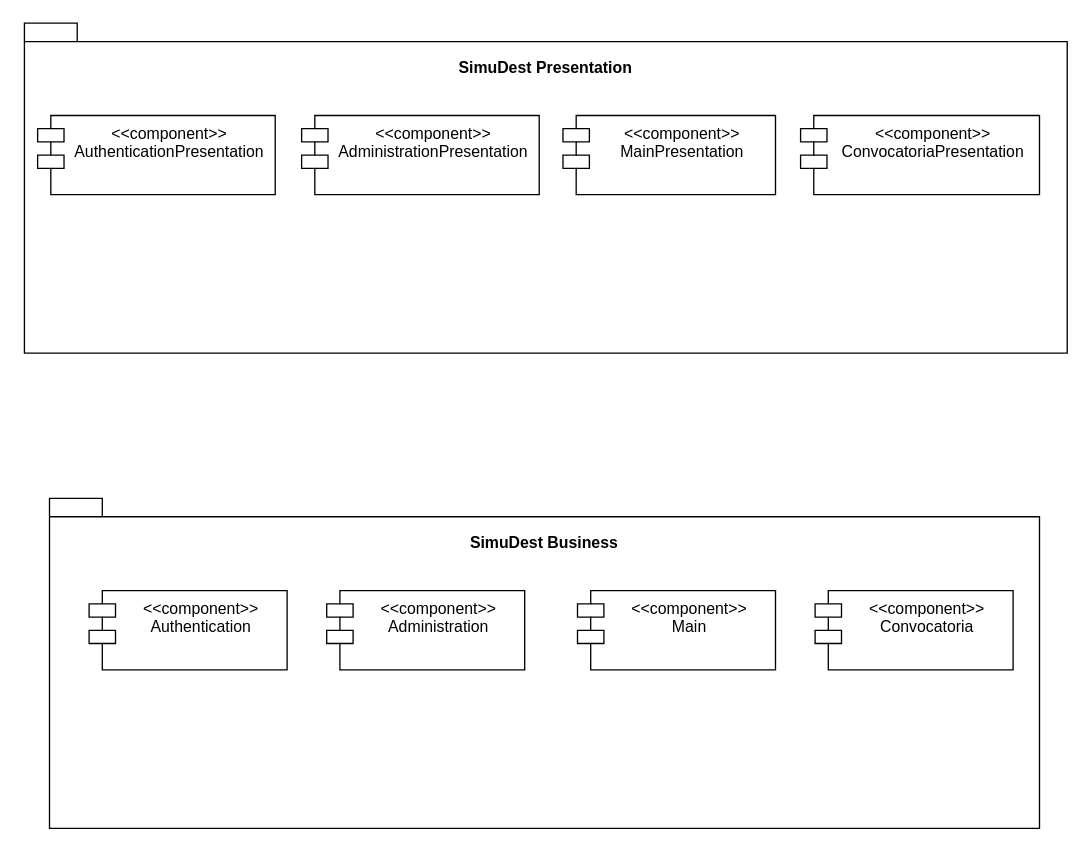
This is diagramas/arquitectura/DiagramaArquitectura.drawio from Castillo82/simuladordestinos, a draw.io file, before an edit. Source tidied: cells renumbered, new cells numbered last; positions are measured from the earlier drawing's top-left corner, leaving out a move shared by most shapes. Both pictures are drawn from the tidied source at 132%, with x=0, y=0 at pixel (24, 22).
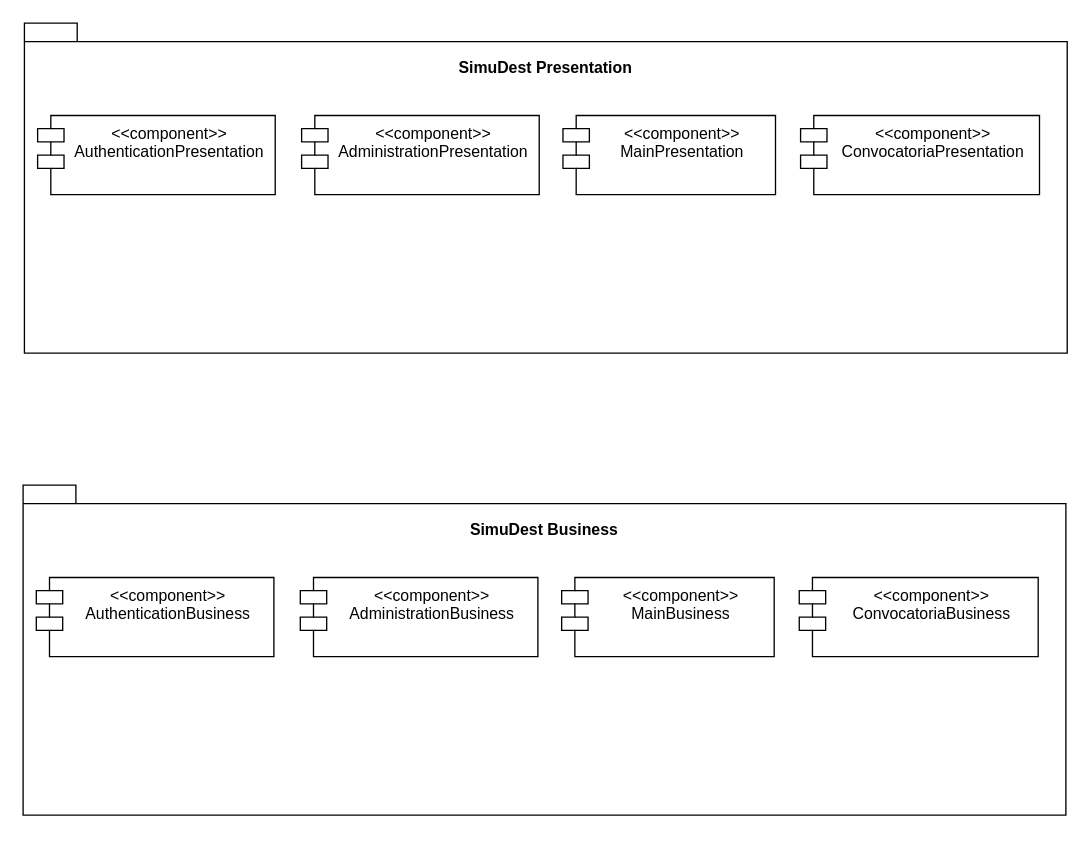
The same page after the edit.

Change to the diagram source:
```diff
@@
 <mxGraphModel>
   <root>
     <mxCell id="0" />
     <mxCell id="1" parent="0" />
     <mxCell id="2" value="&lt;div&gt;&lt;br&gt;&lt;/div&gt;&lt;div&gt;&lt;br&gt;&lt;/div&gt;" style="shape=folder;fontStyle=1;spacingTop=10;tabWidth=40;tabHeight=14;tabPosition=left;html=1;" parent="1" vertex="1">
       <mxGeometry width="790" height="250" as="geometry" />
     </mxCell>
     <mxCell id="3" value="&lt;&lt;component&gt;&gt;&#10;AuthenticationPresentation&#10;" style="shape=module;align=left;spacingLeft=20;align=center;verticalAlign=top;" parent="1" vertex="1">
       <mxGeometry x="10" y="70" width="180" height="60" as="geometry" />
     </mxCell>
     <mxCell id="4" value="SimuDest Presentation" style="text;align=center;fontStyle=1;verticalAlign=middle;spacingLeft=3;spacingRight=3;strokeColor=none;" parent="1" vertex="1">
       <mxGeometry x="355" y="20" width="80" height="26" as="geometry" />
     </mxCell>
     <mxCell id="5" value="&lt;&lt;component&gt;&gt;&#10;AdministrationPresentation&#10;" style="shape=module;align=left;spacingLeft=20;align=center;verticalAlign=top;" parent="1" vertex="1">
       <mxGeometry x="210" y="70" width="180" height="60" as="geometry" />
     </mxCell>
     <mxCell id="6" value="&lt;&lt;component&gt;&gt;&#10;MainPresentation&#10;" style="shape=module;align=left;spacingLeft=20;align=center;verticalAlign=top;" parent="1" vertex="1">
       <mxGeometry x="408" y="70" width="161" height="60" as="geometry" />
     </mxCell>
     <mxCell id="7" value="&lt;&lt;component&gt;&gt;&#10;ConvocatoriaPresentation&#10;" style="shape=module;align=left;spacingLeft=20;align=center;verticalAlign=top;" parent="1" vertex="1">
       <mxGeometry x="588" y="70" width="181" height="60" as="geometry" />
     </mxCell>
-    <mxCell id="8" value="&lt;div&gt;&lt;br&gt;&lt;/div&gt;&lt;div&gt;&lt;br&gt;&lt;/div&gt;" style="shape=folder;fontStyle=1;spacingTop=10;tabWidth=40;tabHeight=14;tabPosition=left;html=1;" parent="1" vertex="1">
-      <mxGeometry x="19" y="360" width="750" height="250" as="geometry" />
-    </mxCell>
-    <mxCell id="9" value="&lt;&lt;component&gt;&gt;&#10;Authentication&#10;" style="shape=module;align=left;spacingLeft=20;align=center;verticalAlign=top;" parent="1" vertex="1">
-      <mxGeometry x="49" y="430" width="150" height="60" as="geometry" />
-    </mxCell>
+    <mxCell id="14" value="&lt;div&gt;&lt;br&gt;&lt;/div&gt;&lt;div&gt;&lt;br&gt;&lt;/div&gt;" style="shape=folder;fontStyle=1;spacingTop=10;tabWidth=40;tabHeight=14;tabPosition=left;html=1;" parent="1" vertex="1">
+      <mxGeometry x="-1" y="350" width="790" height="250" as="geometry" />
+    </mxCell>
+    <mxCell id="15" value="&lt;&lt;component&gt;&gt;&#10;AuthenticationBusiness&#10;" style="shape=module;align=left;spacingLeft=20;align=center;verticalAlign=top;" parent="1" vertex="1">
+      <mxGeometry x="9" y="420" width="180" height="60" as="geometry" />
+    </mxCell>
     <mxCell id="10" value="SimuDest Business" style="text;align=center;fontStyle=1;verticalAlign=middle;spacingLeft=3;spacingRight=3;strokeColor=none;" parent="1" vertex="1">
-      <mxGeometry x="354" y="380" width="80" height="26" as="geometry" />
+      <mxGeometry x="354" y="370" width="80" height="26" as="geometry" />
     </mxCell>
-    <mxCell id="11" value="&lt;&lt;component&gt;&gt;&#10;Administration&#10;" style="shape=module;align=left;spacingLeft=20;align=center;verticalAlign=top;" parent="1" vertex="1">
-      <mxGeometry x="229" y="430" width="150" height="60" as="geometry" />
-    </mxCell>
-    <mxCell id="12" value="&lt;&lt;component&gt;&gt;&#10;Main&#10;" style="shape=module;align=left;spacingLeft=20;align=center;verticalAlign=top;" parent="1" vertex="1">
-      <mxGeometry x="419" y="430" width="150" height="60" as="geometry" />
-    </mxCell>
-    <mxCell id="13" value="&lt;&lt;component&gt;&gt;&#10;Convocatoria&#10;" style="shape=module;align=left;spacingLeft=20;align=center;verticalAlign=top;" parent="1" vertex="1">
-      <mxGeometry x="599" y="430" width="150" height="60" as="geometry" />
-    </mxCell>
+    <mxCell id="16" value="&lt;&lt;component&gt;&gt;&#10;AdministrationBusiness&#10;" style="shape=module;align=left;spacingLeft=20;align=center;verticalAlign=top;" parent="1" vertex="1">
+      <mxGeometry x="209" y="420" width="180" height="60" as="geometry" />
+    </mxCell>
+    <mxCell id="17" value="&lt;&lt;component&gt;&gt;&#10;MainBusiness&#10;" style="shape=module;align=left;spacingLeft=20;align=center;verticalAlign=top;" parent="1" vertex="1">
+      <mxGeometry x="407" y="420" width="161" height="60" as="geometry" />
+    </mxCell>
+    <mxCell id="18" value="&lt;&lt;component&gt;&gt;&#10;ConvocatoriaBusiness&#10;" style="shape=module;align=left;spacingLeft=20;align=center;verticalAlign=top;" parent="1" vertex="1">
+      <mxGeometry x="587" y="420" width="181" height="60" as="geometry" />
+    </mxCell>
   </root>
 </mxGraphModel>
```
